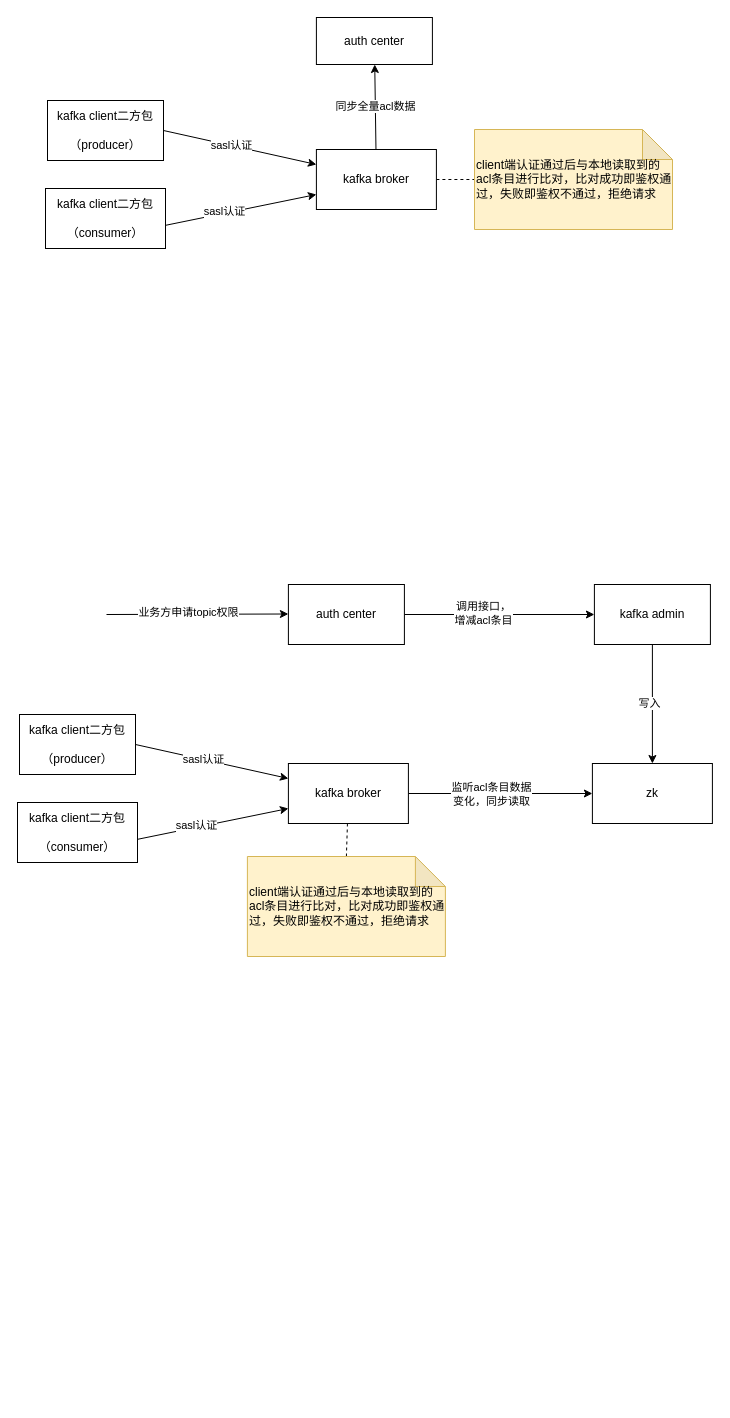
Above: kafka接入鉴权中心.drawio in gitcodeporter/draw-uml (draw.io), before the change. Source tidied: cells renumbered, new cells numbered last; positions are measured from the earlier drawing's top-left corner, leaving out a move shared by most shapes. Both pictures are drawn from the tidied source at 100%, with x=0, y=0 at pixel (17, 17).
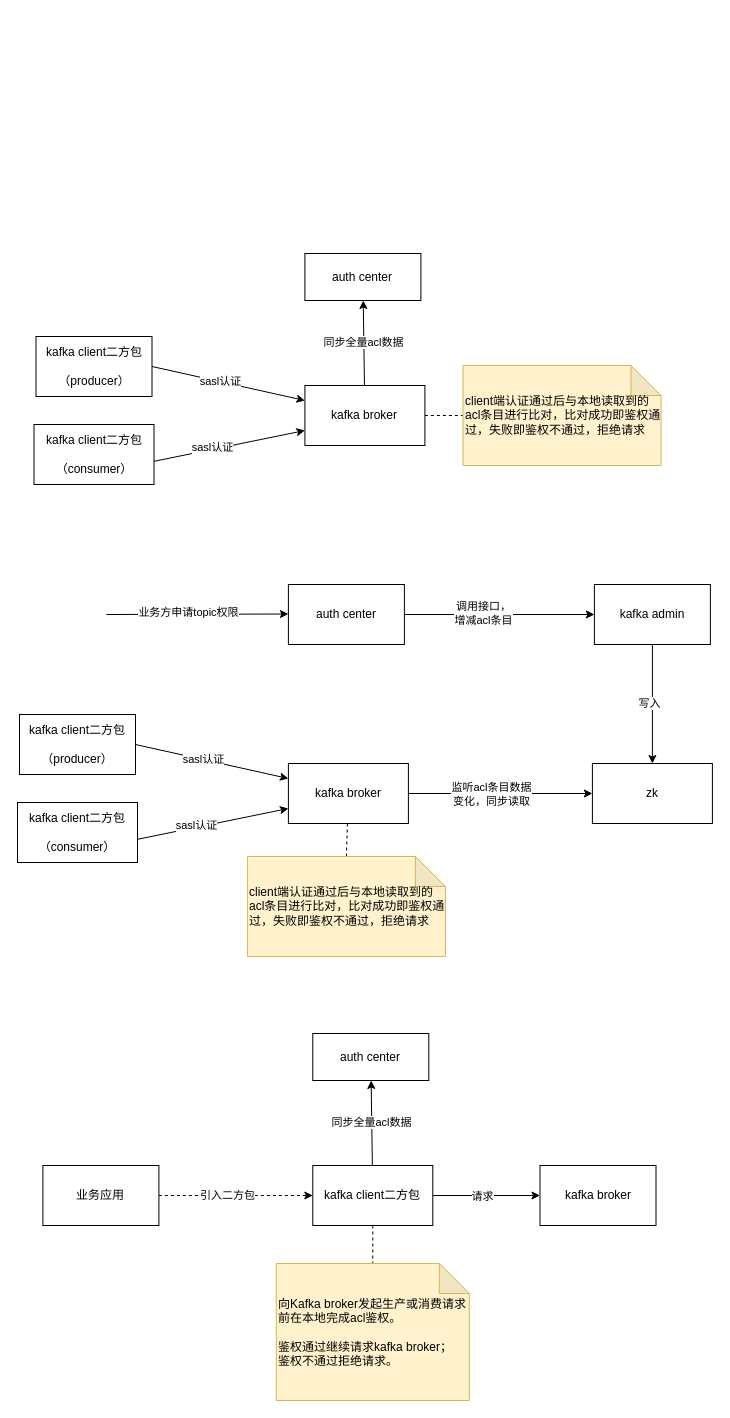
After the change.

Commit message:
更新kafka接入鉴权中心.drawio

Change to the diagram source:
```diff
@@
     <mxCell id="4" value="kafka broker" style="rounded=0;whiteSpace=wrap;html=1;" parent="1" vertex="1">
-      <mxGeometry x="298.9" y="132" width="120" height="60" as="geometry" />
+      <mxGeometry x="287.4" y="368" width="120" height="60" as="geometry" />
     </mxCell>
@@
     <mxCell id="7" value="kafka client二方包&lt;br&gt;&lt;br&gt;（producer）" style="rounded=0;whiteSpace=wrap;html=1;" parent="1" vertex="1">
-      <mxGeometry x="30" y="83" width="116" height="60" as="geometry" />
+      <mxGeometry x="18.5" y="319" width="116" height="60" as="geometry" />
     </mxCell>
@@
     <mxCell id="10" value="kafka client二方包&lt;br&gt;&lt;br&gt;（consumer）" style="rounded=0;whiteSpace=wrap;html=1;" parent="1" vertex="1">
-      <mxGeometry x="28" y="171" width="120" height="60" as="geometry" />
+      <mxGeometry x="16.5" y="407" width="120" height="60" as="geometry" />
     </mxCell>
     <mxCell id="11" value="auth center" style="rounded=0;whiteSpace=wrap;html=1;" parent="1" vertex="1">
-      <mxGeometry x="298.9" width="116" height="47" as="geometry" />
+      <mxGeometry x="287.4" y="236" width="116" height="47" as="geometry" />
     </mxCell>
     <mxCell id="12" value="client端认证通过后与本地读取到的acl条目进行比对，比对成功即鉴权通过，失败即鉴权不通过，拒绝请求" style="shape=note;whiteSpace=wrap;html=1;backgroundOutline=1;darkOpacity=0.05;fillColor=#fff2cc;strokeColor=#d6b656;align=left;" parent="1" vertex="1">
-      <mxGeometry x="457" y="112" width="198" height="100" as="geometry" />
+      <mxGeometry x="445.5" y="348" width="198" height="100" as="geometry" />
     </mxCell>
@@
     <mxCell id="31" style="endArrow=classic;html=1;rounded=0;" parent="1" edge="1">
       <mxGeometry relative="1" as="geometry">
-        <mxPoint x="89" y="597" as="sourcePoint" />
+        <mxPoint x="88.9" y="597" as="sourcePoint" />
         <mxPoint x="270.9" y="596.5" as="targetPoint" />
       </mxGeometry>
     </mxCell>
@@
+    <mxCell id="33" value="同步全量acl数据" style="edgeStyle=none;rounded=0;jettySize=auto;html=1;" parent="1" edge="1" source="37" target="41">
+      <mxGeometry relative="1" as="geometry" />
+    </mxCell>
+    <mxCell id="34" style="edgeStyle=none;rounded=0;jettySize=auto;html=1;entryX=0.5;entryY=0;entryDx=0;entryDy=0;entryPerimeter=0;dashed=1;endArrow=none;endFill=0;" parent="1" edge="1" source="37" target="42">
+      <mxGeometry relative="1" as="geometry" />
+    </mxCell>
+    <mxCell id="35" style="edgeStyle=none;rounded=0;jettySize=auto;html=1;entryX=0;entryY=0.5;entryDx=0;entryDy=0;endArrow=classic;endFill=1;" parent="1" edge="1" source="37" target="43">
+      <mxGeometry relative="1" as="geometry" />
+    </mxCell>
+    <mxCell id="36" value="请求" style="edgeLabel;html=1;align=center;verticalAlign=middle;" parent="35" vertex="1">
+      <mxGeometry x="-0.08" relative="1" as="geometry" />
+    </mxCell>
+    <mxCell id="37" value="kafka client二方包" style="rounded=0;whiteSpace=wrap;html=1;" parent="1" vertex="1">
+      <mxGeometry x="295.3" y="1148" width="120" height="60" as="geometry" />
+    </mxCell>
+    <mxCell id="38" style="edgeStyle=none;rounded=0;jettySize=auto;html=1;entryX=0;entryY=0.5;entryDx=0;entryDy=0;exitX=1;exitY=0.5;exitDx=0;exitDy=0;dashed=1;" parent="1" edge="1" source="40" target="37">
+      <mxGeometry relative="1" as="geometry" />
+    </mxCell>
+    <mxCell id="39" value="引入二方包" style="edgeLabel;html=1;align=center;verticalAlign=middle;" parent="38" vertex="1">
+      <mxGeometry x="-0.12" y="1" relative="1" as="geometry" />
+    </mxCell>
+    <mxCell id="40" value="业务应用" style="rounded=0;whiteSpace=wrap;html=1;" parent="1" vertex="1">
+      <mxGeometry x="25.4" y="1148" width="116" height="60" as="geometry" />
+    </mxCell>
+    <mxCell id="41" value="auth center" style="rounded=0;whiteSpace=wrap;html=1;" parent="1" vertex="1">
+      <mxGeometry x="295.3" y="1016" width="116" height="47" as="geometry" />
+    </mxCell>
+    <mxCell id="42" value="向Kafka broker发起生产或消费请求前在本地完成acl鉴权。&lt;br&gt;&lt;br&gt;鉴权通过继续请求kafka broker；&lt;br&gt;鉴权不通过拒绝请求。" style="shape=note;whiteSpace=wrap;html=1;backgroundOutline=1;darkOpacity=0.05;fillColor=#fff2cc;strokeColor=#d6b656;align=left;" parent="1" vertex="1">
+      <mxGeometry x="258.8" y="1246" width="193" height="137" as="geometry" />
+    </mxCell>
+    <mxCell id="43" value="kafka broker" style="rounded=0;whiteSpace=wrap;html=1;" parent="1" vertex="1">
+      <mxGeometry x="522.5" y="1148" width="116" height="60" as="geometry" />
+    </mxCell>
```
